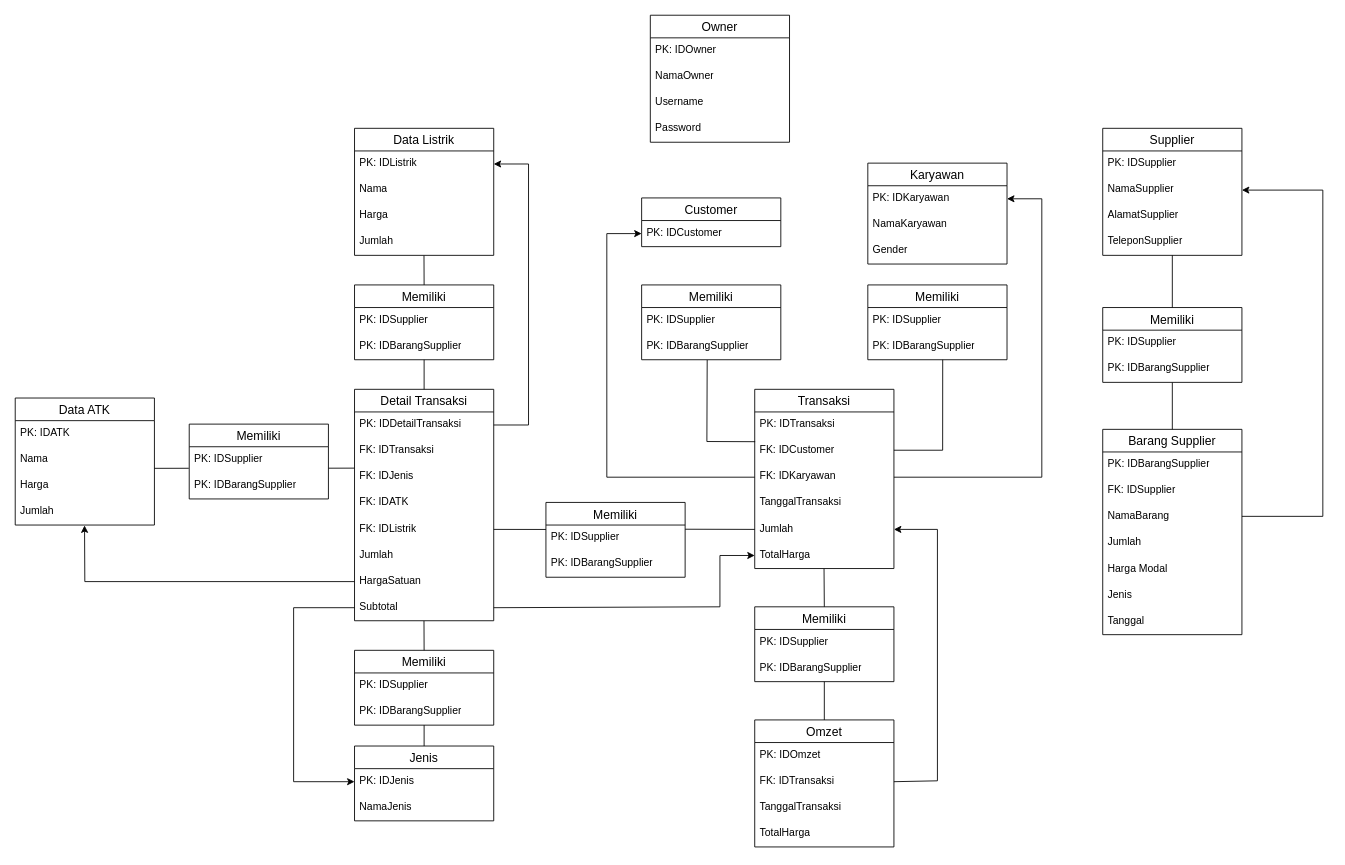
This is wahyulistrik.drawio from NCalvaretta/Lab-Algorithm-and-Programming, a draw.io file, before an edit. Source tidied: cells renumbered, new cells numbered last; positions are measured from the earlier drawing's top-left corner, leaving out a move shared by most shapes. Both pictures are drawn from the tidied source at 87%, with x=0, y=0 at pixel (15, 15).
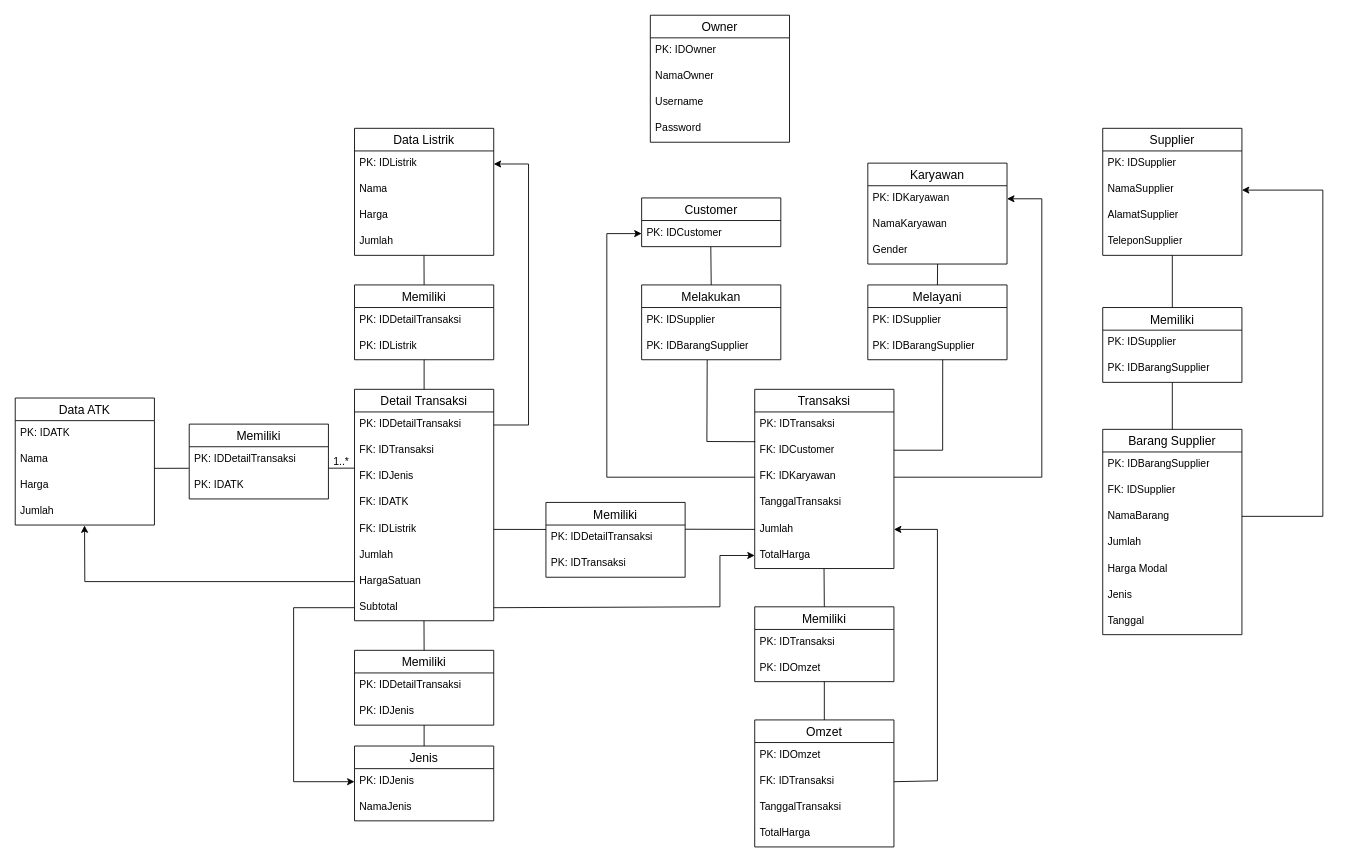
The same page after the edit.

Unchanged cells that the change refers to:
```xml
<mxCell id="18" value="Gender" style="text;strokeColor=none;fillColor=none;spacingLeft=4;spacingRight=4;overflow=hidden;points=[[0,0.5],[1,0.5]];portConstraint=eastwest;fontSize=12;whiteSpace=wrap;html=1;" parent="15" vertex="1">
  <mxGeometry y="86" width="160" height="30" as="geometry" />
</mxCell>
<mxCell id="20" value="PK: IDCustomer" style="text;strokeColor=none;fillColor=none;spacingLeft=4;spacingRight=4;overflow=hidden;points=[[0,0.5],[1,0.5]];portConstraint=eastwest;fontSize=12;whiteSpace=wrap;html=1;" parent="19" vertex="1">
  <mxGeometry y="26" width="160" height="30" as="geometry" />
</mxCell>
<mxCell id="76" value="Memiliki" style="swimlane;fontStyle=0;horizontal=1;startSize=26;align=center;fontSize=14;" parent="1" vertex="1">
  <mxGeometry x="850" y="680" width="160" height="86" as="geometry" />
</mxCell>
<mxCell id="82" value="Memiliki" style="swimlane;fontStyle=0;horizontal=1;startSize=26;align=center;fontSize=14;" parent="1" vertex="1">
  <mxGeometry x="390" y="310" width="160" height="86" as="geometry" />
</mxCell>
<mxCell id="85" value="Memiliki" style="swimlane;fontStyle=0;horizontal=1;startSize=26;align=center;fontSize=14;" parent="1" vertex="1">
  <mxGeometry x="200" y="470" width="160" height="86" as="geometry" />
</mxCell>
<mxCell id="88" value="Memiliki" style="swimlane;fontStyle=0;horizontal=1;startSize=26;align=center;fontSize=14;" parent="1" vertex="1">
  <mxGeometry x="390" y="730" width="160" height="86" as="geometry" />
</mxCell>
<mxCell id="91" value="Memiliki" style="swimlane;fontStyle=0;horizontal=1;startSize=26;align=center;fontSize=14;" parent="1" vertex="1">
  <mxGeometry x="610" y="560" width="160" height="86" as="geometry" />
</mxCell>
```

The edit, as a diff of the source:
```diff
@@
-    <mxCell id="66" value="Memiliki" style="swimlane;fontStyle=0;horizontal=1;startSize=26;align=center;fontSize=14;" parent="1" vertex="1">
+    <mxCell id="66" value="Melakukan" style="swimlane;fontStyle=0;horizontal=1;startSize=26;align=center;fontSize=14;" parent="1" vertex="1">
       <mxGeometry x="720" y="310" width="160" height="86" as="geometry" />
     </mxCell>
@@
-    <mxCell id="69" value="Memiliki" style="swimlane;fontStyle=0;horizontal=1;startSize=26;align=center;fontSize=14;" parent="1" vertex="1">
+    <mxCell id="69" value="Melayani" style="swimlane;fontStyle=0;horizontal=1;startSize=26;align=center;fontSize=14;" parent="1" vertex="1">
       <mxGeometry x="980" y="310" width="160" height="86" as="geometry" />
     </mxCell>
@@
-    <mxCell id="77" value="PK: IDSupplier" style="text;strokeColor=none;fillColor=none;spacingLeft=4;spacingRight=4;overflow=hidden;fontSize=12;whiteSpace=wrap;html=1;" parent="76" vertex="1">
+    <mxCell id="77" value="PK: IDTransaksi" style="text;strokeColor=none;fillColor=none;spacingLeft=4;spacingRight=4;overflow=hidden;fontSize=12;whiteSpace=wrap;html=1;" parent="76" vertex="1">
       <mxGeometry y="26" width="160" height="30" as="geometry" />
     </mxCell>
-    <mxCell id="78" value="PK: IDBarangSupplier" style="text;strokeColor=none;fillColor=none;spacingLeft=4;spacingRight=4;overflow=hidden;fontSize=12;whiteSpace=wrap;html=1;" parent="76" vertex="1">
+    <mxCell id="78" value="PK: IDOmzet" style="text;strokeColor=none;fillColor=none;spacingLeft=4;spacingRight=4;overflow=hidden;fontSize=12;whiteSpace=wrap;html=1;" parent="76" vertex="1">
       <mxGeometry y="56" width="160" height="30" as="geometry" />
     </mxCell>
@@
-    <mxCell id="83" value="PK: IDSupplier" style="text;strokeColor=none;fillColor=none;spacingLeft=4;spacingRight=4;overflow=hidden;fontSize=12;whiteSpace=wrap;html=1;" parent="82" vertex="1">
+    <mxCell id="83" value="PK: IDDetailTransaksi" style="text;strokeColor=none;fillColor=none;spacingLeft=4;spacingRight=4;overflow=hidden;fontSize=12;whiteSpace=wrap;html=1;" parent="82" vertex="1">
       <mxGeometry y="26" width="160" height="30" as="geometry" />
     </mxCell>
-    <mxCell id="84" value="PK: IDBarangSupplier" style="text;strokeColor=none;fillColor=none;spacingLeft=4;spacingRight=4;overflow=hidden;fontSize=12;whiteSpace=wrap;html=1;" parent="82" vertex="1">
+    <mxCell id="84" value="PK: IDListrik" style="text;strokeColor=none;fillColor=none;spacingLeft=4;spacingRight=4;overflow=hidden;fontSize=12;whiteSpace=wrap;html=1;" parent="82" vertex="1">
       <mxGeometry y="56" width="160" height="30" as="geometry" />
     </mxCell>
@@
-    <mxCell id="86" value="PK: IDSupplier" style="text;strokeColor=none;fillColor=none;spacingLeft=4;spacingRight=4;overflow=hidden;points=[[0,0.5],[1,0.5]];portConstraint=eastwest;fontSize=12;whiteSpace=wrap;html=1;" parent="85" vertex="1">
+    <mxCell id="86" value="PK: IDDetailTransaksi" style="text;strokeColor=none;fillColor=none;spacingLeft=4;spacingRight=4;overflow=hidden;points=[[0,0.5],[1,0.5]];portConstraint=eastwest;fontSize=12;whiteSpace=wrap;html=1;" parent="85" vertex="1">
       <mxGeometry y="26" width="160" height="30" as="geometry" />
     </mxCell>
-    <mxCell id="87" value="PK: IDBarangSupplier" style="text;strokeColor=none;fillColor=none;spacingLeft=4;spacingRight=4;overflow=hidden;fontSize=12;whiteSpace=wrap;html=1;" parent="85" vertex="1">
+    <mxCell id="87" value="PK: IDATK" style="text;strokeColor=none;fillColor=none;spacingLeft=4;spacingRight=4;overflow=hidden;fontSize=12;whiteSpace=wrap;html=1;" parent="85" vertex="1">
       <mxGeometry y="56" width="160" height="30" as="geometry" />
     </mxCell>
@@
-    <mxCell id="89" value="PK: IDSupplier" style="text;strokeColor=none;fillColor=none;spacingLeft=4;spacingRight=4;overflow=hidden;fontSize=12;whiteSpace=wrap;html=1;" parent="88" vertex="1">
+    <mxCell id="89" value="PK: IDDetailTransaksi" style="text;strokeColor=none;fillColor=none;spacingLeft=4;spacingRight=4;overflow=hidden;fontSize=12;whiteSpace=wrap;html=1;" parent="88" vertex="1">
       <mxGeometry y="26" width="160" height="30" as="geometry" />
     </mxCell>
-    <mxCell id="90" value="PK: IDBarangSupplier" style="text;strokeColor=none;fillColor=none;spacingLeft=4;spacingRight=4;overflow=hidden;fontSize=12;whiteSpace=wrap;html=1;" parent="88" vertex="1">
+    <mxCell id="90" value="PK: IDJenis" style="text;strokeColor=none;fillColor=none;spacingLeft=4;spacingRight=4;overflow=hidden;fontSize=12;whiteSpace=wrap;html=1;" parent="88" vertex="1">
       <mxGeometry y="56" width="160" height="30" as="geometry" />
     </mxCell>
@@
-    <mxCell id="92" value="PK: IDSupplier" style="text;strokeColor=none;fillColor=none;spacingLeft=4;spacingRight=4;overflow=hidden;points=[[0,0.5],[1,0.5]];portConstraint=eastwest;fontSize=12;whiteSpace=wrap;html=1;" parent="91" vertex="1">
+    <mxCell id="92" value="PK: IDDetailTransaksi" style="text;strokeColor=none;fillColor=none;spacingLeft=4;spacingRight=4;overflow=hidden;points=[[0,0.5],[1,0.5]];portConstraint=eastwest;fontSize=12;whiteSpace=wrap;html=1;" parent="91" vertex="1">
       <mxGeometry y="26" width="160" height="30" as="geometry" />
     </mxCell>
-    <mxCell id="93" value="PK: IDBarangSupplier" style="text;strokeColor=none;fillColor=none;spacingLeft=4;spacingRight=4;overflow=hidden;fontSize=12;whiteSpace=wrap;html=1;" parent="91" vertex="1">
+    <mxCell id="93" value="PK: IDTransaksi" style="text;strokeColor=none;fillColor=none;spacingLeft=4;spacingRight=4;overflow=hidden;fontSize=12;whiteSpace=wrap;html=1;" parent="91" vertex="1">
       <mxGeometry y="56" width="160" height="30" as="geometry" />
     </mxCell>
@@
+    <mxCell id="106" style="endArrow=none;html=1;rounded=0;exitX=0.5;exitY=0;exitDx=0;exitDy=0;entryX=0.497;entryY=1.008;entryDx=0;entryDy=0;entryPerimeter=0;" parent="1" edge="1" source="66" target="20">
+      <mxGeometry relative="1" as="geometry" />
+    </mxCell>
+    <mxCell id="107" style="endArrow=none;html=1;rounded=0;exitX=0.5;exitY=0;exitDx=0;exitDy=0;entryX=0.501;entryY=1.003;entryDx=0;entryDy=0;entryPerimeter=0;" parent="1" edge="1" source="69" target="18">
+      <mxGeometry relative="1" as="geometry" />
+    </mxCell>
+    <mxCell id="108" value="1..*" style="text;html=1;align=center;verticalAlign=middle;whiteSpace=wrap;rounded=0;" parent="1" vertex="1">
+      <mxGeometry x="345" y="498" width="60" height="30" as="geometry" />
+    </mxCell>
```
